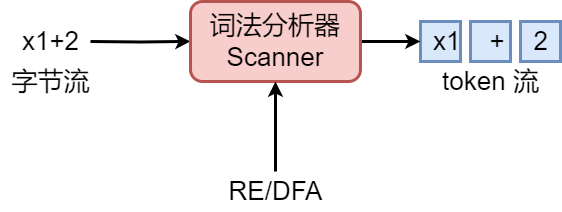
This is CS/计算理论与编译/编译器/词法分析器.drawio.png from superwjfeng/MarkdownWriting, a draw.io export, as it was before one commit. Source tidied: cells renumbered, new cells last; positions are measured from the earlier drawing's top-left corner, leaving out a move shared by most shapes.
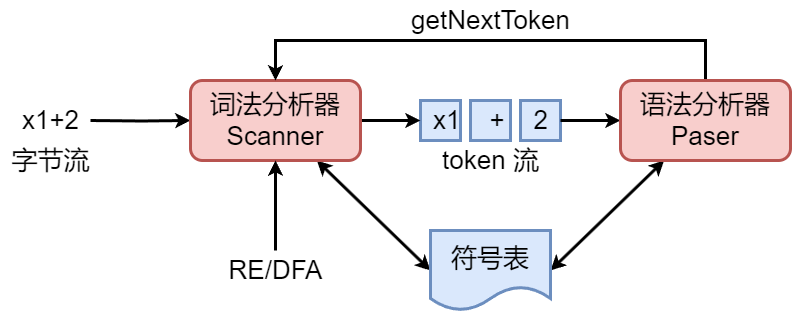
Above is the later version.

The edit, as a diff of the source:
```diff
@@ -11,19 +11,22 @@
     <mxCell id="4" style="rounded=0;whiteSpace=wrap;html=1;fillColor=#dae8fc;strokeColor=#6c8ebf;strokeWidth=3;" parent="1" vertex="1">
       <mxGeometry x="420" y="20" width="40" height="40" as="geometry" />
     </mxCell>
-    <mxCell id="5" style="edgeStyle=orthogonalEdgeStyle;rounded=0;jettySize=auto;html=1;strokeWidth=3;" parent="1" edge="1" target="8">
-      <mxGeometry relative="1" as="geometry">
-        <mxPoint x="90" y="40" as="sourcePoint" />
-      </mxGeometry>
-    </mxCell>
+    <mxCell id="14" style="edgeStyle=orthogonalEdgeStyle;rounded=0;jettySize=auto;html=1;strokeWidth=3;" parent="1" edge="1" target="8">
+      <mxGeometry relative="1" as="geometry">
+        <mxPoint x="90" y="40" as="sourcePoint" />
+      </mxGeometry>
+    </mxCell>
     <mxCell id="6" value="&lt;font style=&quot;font-size: 26px;&quot;&gt;token 流&lt;/font&gt;" style="text;html=1;align=center;verticalAlign=middle;strokeColor=none;fillColor=none;" parent="1" vertex="1">
       <mxGeometry x="430" y="60" width="120" height="40" as="geometry" />
     </mxCell>
-    <mxCell id="7" style="edgeStyle=orthogonalEdgeStyle;rounded=0;jettySize=auto;html=1;strokeWidth=3;" parent="1" edge="1" source="8">
-      <mxGeometry relative="1" as="geometry">
-        <mxPoint x="420" y="40" as="targetPoint" />
-      </mxGeometry>
-    </mxCell>
+    <mxCell id="15" style="edgeStyle=orthogonalEdgeStyle;rounded=0;jettySize=auto;html=1;strokeWidth=3;" parent="1" edge="1" source="8">
+      <mxGeometry relative="1" as="geometry">
+        <mxPoint x="420" y="40" as="targetPoint" />
+      </mxGeometry>
+    </mxCell>
+    <mxCell id="16" style="rounded=0;jettySize=auto;html=1;startArrow=classic;startFill=1;strokeWidth=3;entryX=0;entryY=0.5;entryDx=0;entryDy=0;" parent="1" edge="1" source="8" target="22">
+      <mxGeometry relative="1" as="geometry" />
+    </mxCell>
     <mxCell id="8" value="&lt;font style=&quot;font-size: 26px;&quot;&gt;词法分析器&lt;/font&gt;&lt;div&gt;&lt;font style=&quot;font-size: 26px;&quot;&gt;Scanner&lt;/font&gt;&lt;/div&gt;" style="rounded=1;whiteSpace=wrap;html=1;strokeWidth=3;fillColor=#f8cecc;strokeColor=#b85450;" parent="1" vertex="1">
       <mxGeometry x="190" width="170" height="80" as="geometry" />
     </mxCell>
@@ -39,8 +42,31 @@
     <mxCell id="12" value="&lt;font style=&quot;font-size: 26px;&quot;&gt;字节流&lt;/font&gt;" style="text;html=1;align=center;verticalAlign=middle;strokeColor=none;fillColor=none;" parent="1" vertex="1">
       <mxGeometry y="60" width="100" height="40" as="geometry" />
     </mxCell>
+    <mxCell id="17" style="edgeStyle=orthogonalEdgeStyle;rounded=0;jettySize=auto;html=1;strokeWidth=3;" parent="1" edge="1" source="13" target="20">
+      <mxGeometry relative="1" as="geometry" />
+    </mxCell>
     <mxCell id="13" value="&lt;font style=&quot;font-size: 26px;&quot;&gt;x1&amp;nbsp; &amp;nbsp; +&amp;nbsp; &amp;nbsp; 2&lt;/font&gt;" style="text;html=1;align=center;verticalAlign=middle;points=[];strokeColor=none;fillColor=none;" parent="1" vertex="1">
       <mxGeometry x="420" y="20" width="140" height="40" as="geometry" />
     </mxCell>
+    <mxCell id="18" style="edgeStyle=orthogonalEdgeStyle;rounded=0;jettySize=auto;html=1;strokeWidth=3;" parent="1" edge="1" source="20" target="8">
+      <mxGeometry relative="1" as="geometry">
+        <Array as="points">
+          <mxPoint x="705" y="-40" />
+          <mxPoint x="275" y="-40" />
+        </Array>
+      </mxGeometry>
+    </mxCell>
+    <mxCell id="19" style="rounded=0;jettySize=auto;html=1;startArrow=classic;startFill=1;strokeWidth=3;entryX=1;entryY=0.5;entryDx=0;entryDy=0;" parent="1" edge="1" source="20" target="22">
+      <mxGeometry relative="1" as="geometry" />
+    </mxCell>
+    <mxCell id="20" value="&lt;span style=&quot;font-size: 26px;&quot;&gt;语法分析器&lt;/span&gt;&lt;div&gt;&lt;span style=&quot;font-size: 26px;&quot;&gt;Paser&lt;/span&gt;&lt;/div&gt;" style="rounded=1;whiteSpace=wrap;html=1;strokeWidth=3;fillColor=#f8cecc;strokeColor=#b85450;" parent="1" vertex="1">
+      <mxGeometry x="620" width="170" height="80" as="geometry" />
+    </mxCell>
+    <mxCell id="21" value="&lt;font style=&quot;font-size: 26px;&quot;&gt;getNextToken&lt;/font&gt;" style="text;html=1;align=center;verticalAlign=middle;strokeColor=none;fillColor=none;" parent="1" vertex="1">
+      <mxGeometry x="400" y="-80" width="180" height="40" as="geometry" />
+    </mxCell>
+    <mxCell id="22" value="&lt;font style=&quot;font-size: 26px;&quot;&gt;符号表&lt;/font&gt;" style="shape=document;whiteSpace=wrap;html=1;boundedLbl=1;fillColor=#dae8fc;strokeColor=#6c8ebf;strokeWidth=3;" parent="1" vertex="1">
+      <mxGeometry x="430" y="150" width="120" height="80" as="geometry" />
+    </mxCell>
   </root>
 </mxGraphModel>
```
